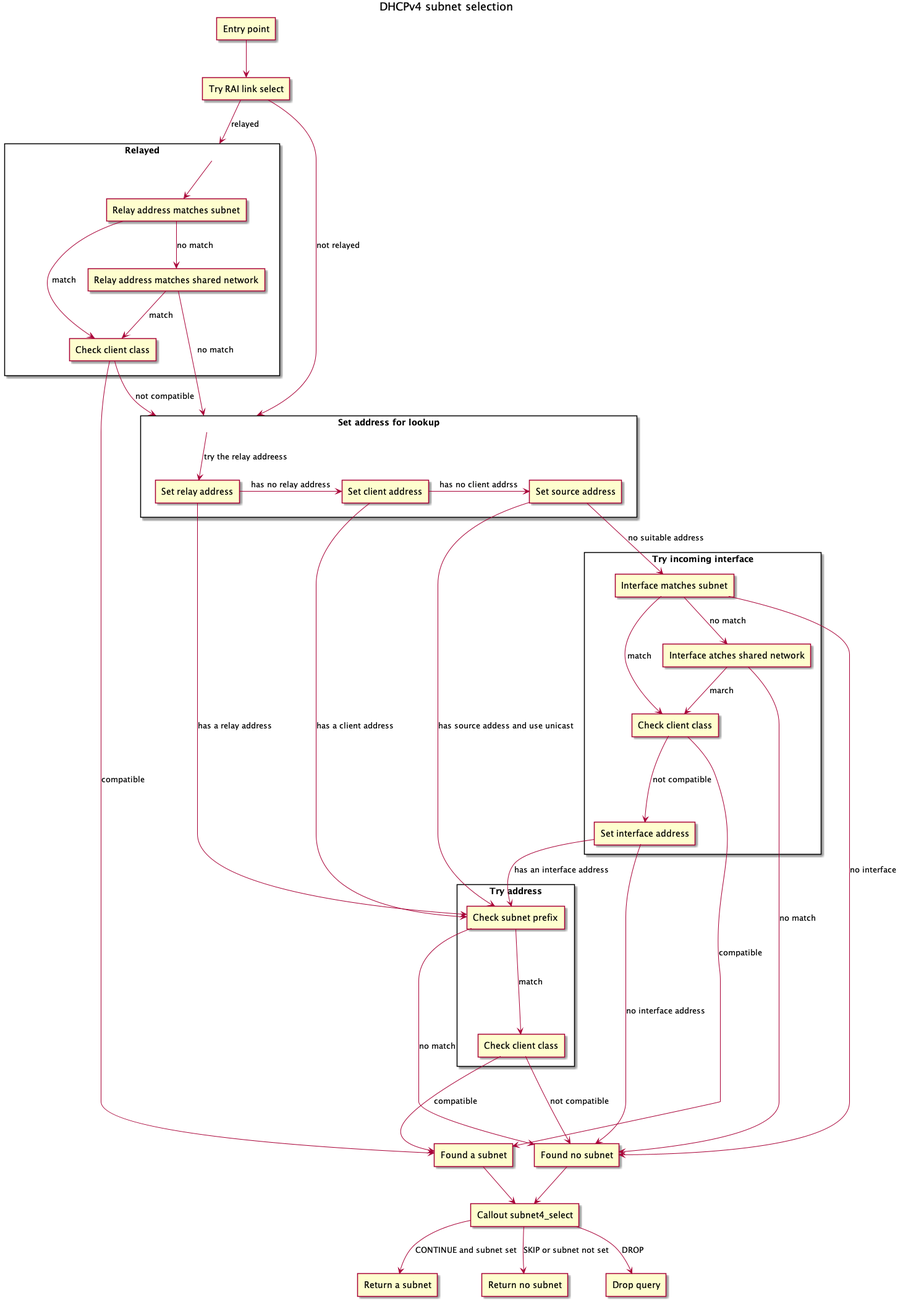
Earlier version of the PlantUML export doc/devel/images/select4.png (isc-projects/kea).
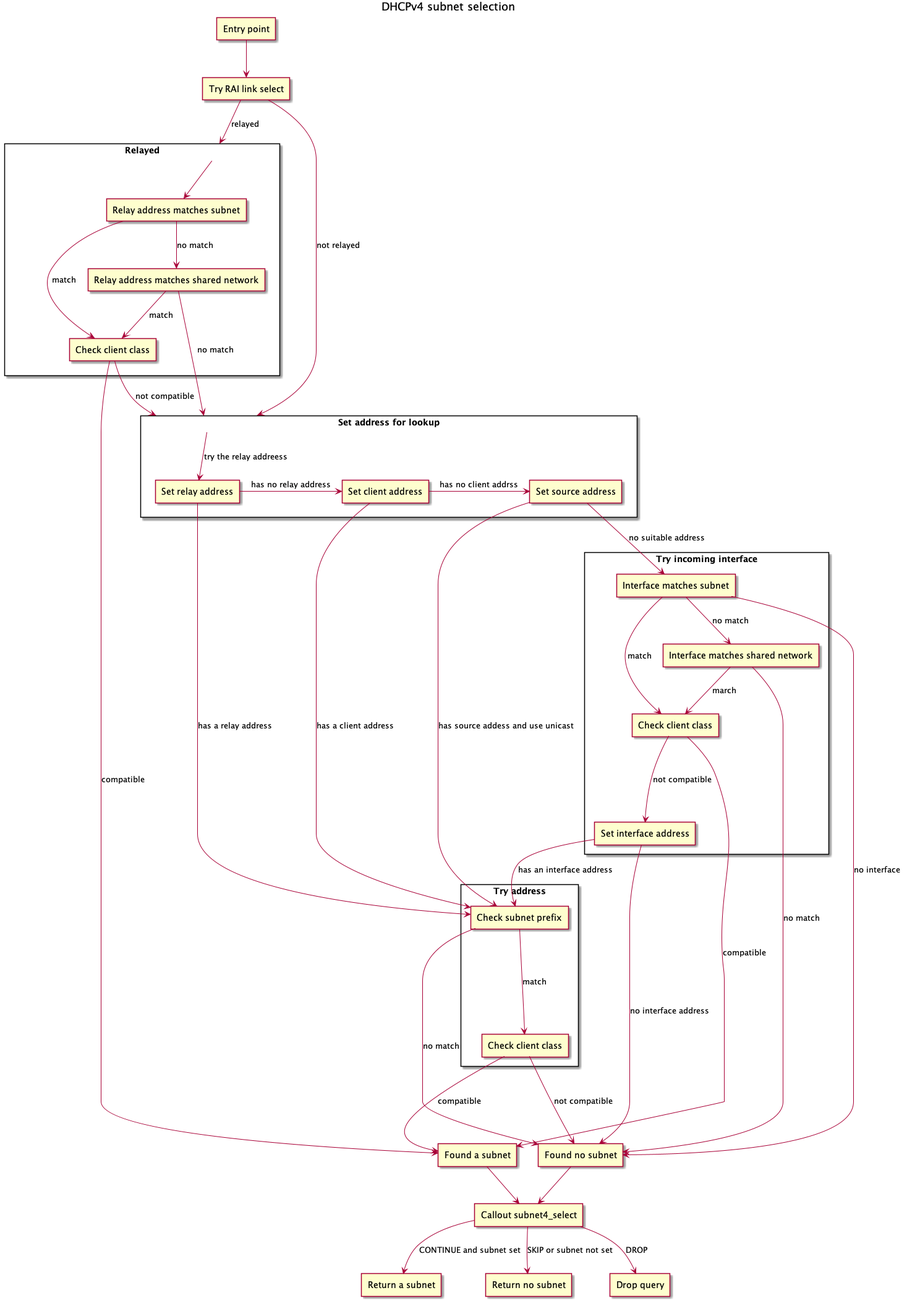
The same diagram one commit later.

Diff of the diagram source:
```diff
@@ -20,7 +20,7 @@
 
 rectangle "Try incoming interface" as interface {
  agent "Interface matches subnet" as interface_subnet
- agent "Interface atches shared network" as interface_network
+ agent "Interface matches shared network" as interface_network
  agent "Check client class" as interface_class
  agent "Set interface address" as interface_address
 }
```
